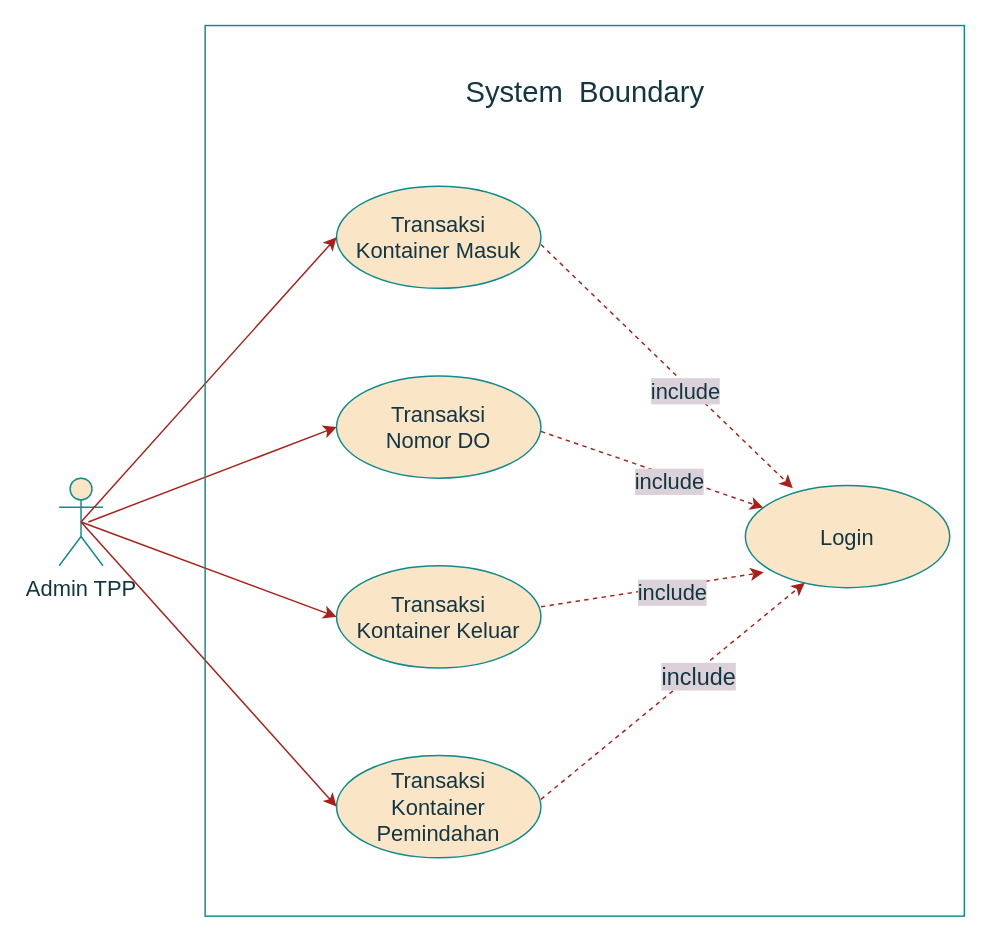
This is page "USE CASE Admin TPP Transaksi" (2 of 4) of USE CASE.drawio from cuangshulhan/UML, a draw.io file, before an edit. Source tidied: cells renumbered, new cells numbered last; positions are measured from the earlier drawing's top-left corner, leaving out a move shared by most shapes. Both pictures are drawn from the tidied source at 146%, with x=0, y=0 at pixel (58, 25).
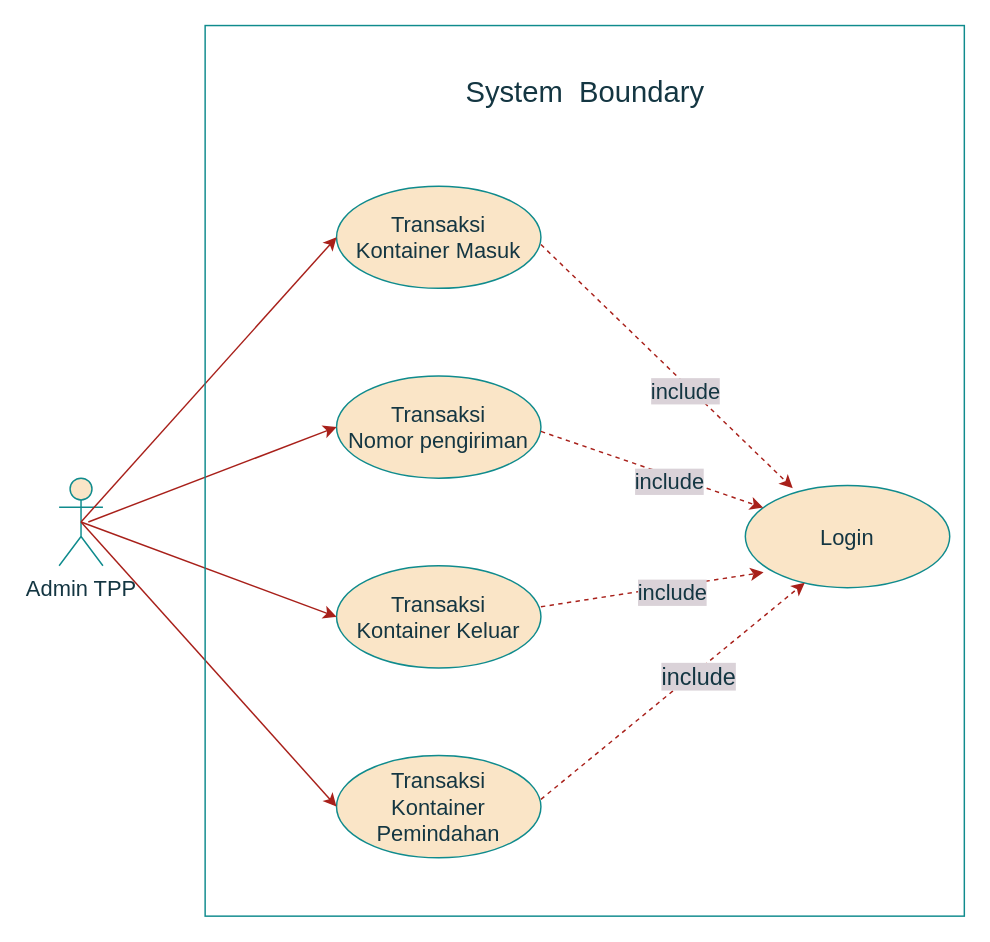
Above is the later version.

The edit, as a diff of the source:
```diff
@@
-    <mxCell id="4" value="&lt;div&gt;&lt;font style=&quot;font-size: 15px&quot;&gt;Transaksi&lt;/font&gt;&lt;/div&gt;&lt;div&gt;&lt;font style=&quot;font-size: 15px&quot;&gt;Nomor DO&lt;br&gt;&lt;/font&gt;&lt;/div&gt;" style="ellipse;whiteSpace=wrap;html=1;fillColor=#FAE5C7;strokeColor=#0F8B8D;fontColor=#143642;" parent="1" vertex="1">
+    <mxCell id="4" value="&lt;div&gt;&lt;font style=&quot;font-size: 15px&quot;&gt;Transaksi&lt;/font&gt;&lt;/div&gt;&lt;div&gt;&lt;font style=&quot;font-size: 15px&quot;&gt;Nomor pengiriman&lt;br&gt;&lt;/font&gt;&lt;/div&gt;" style="ellipse;whiteSpace=wrap;html=1;fillColor=#FAE5C7;strokeColor=#0F8B8D;fontColor=#143642;" parent="1" vertex="1">
       <mxGeometry x="190" y="240" width="140" height="70" as="geometry" />
     </mxCell>
```
